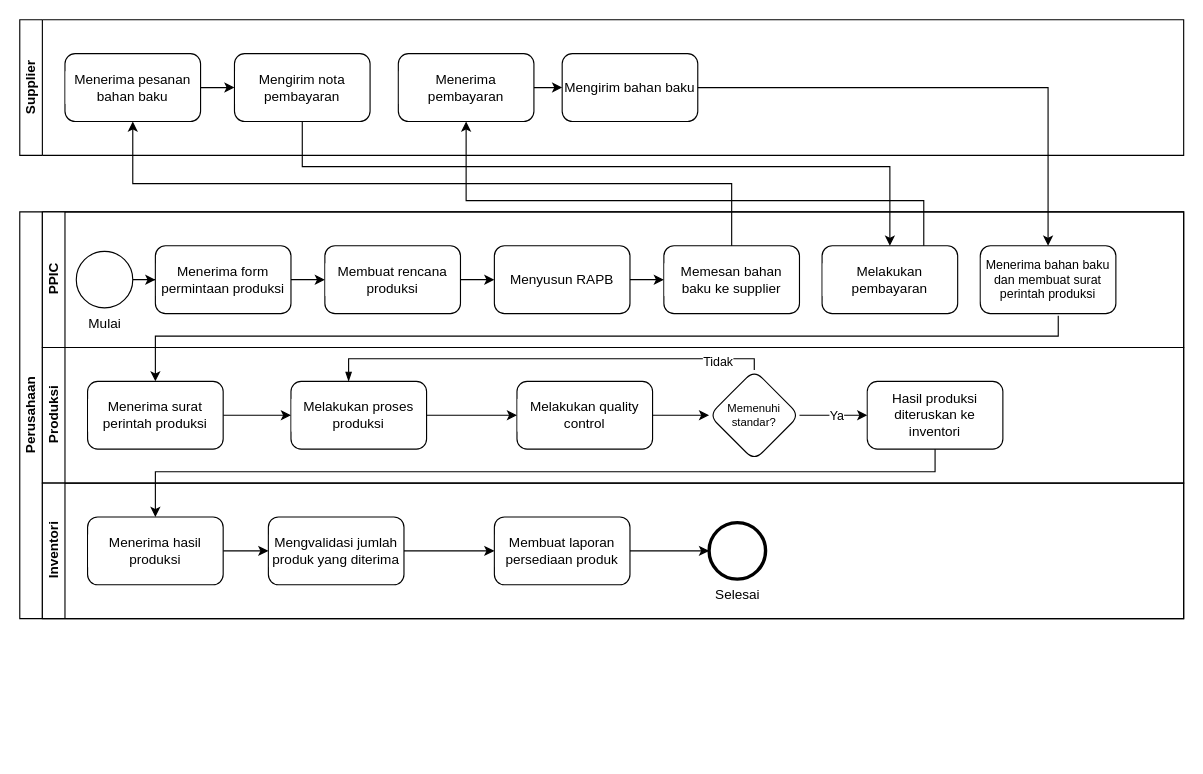
This is as is produksi.drawio from FikaBaraka/Tugas-spring-boot, a draw.io file, before an edit. Source tidied: cells renumbered, new cells numbered last; positions are measured from the earlier drawing's top-left corner, leaving out a move shared by most shapes. Both pictures are drawn from the tidied source at 113%, with x=0, y=0 at pixel (19, 19).
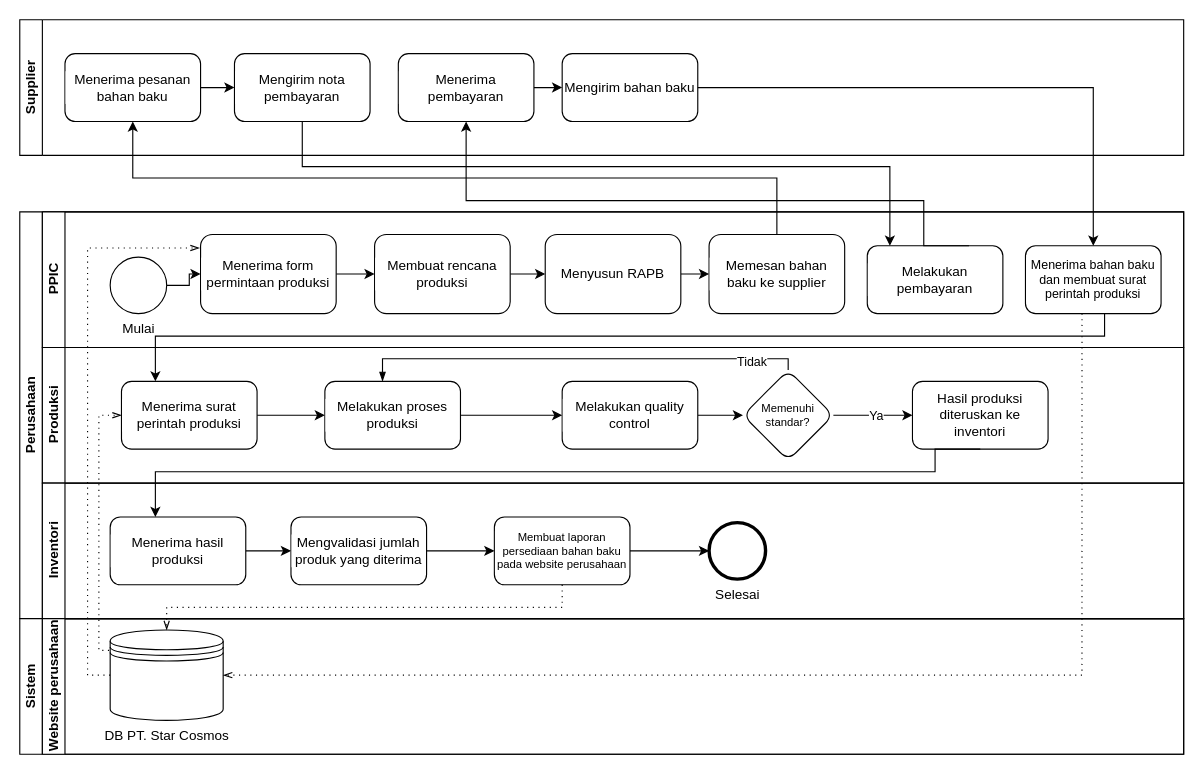
Above is the later version.

Unchanged cells that the change refers to:
```xml
<mxCell id="2" value="Perusahaan" style="swimlane;html=1;horizontal=0;startSize=20;whiteSpace=wrap;" parent="1" vertex="1">
  <mxGeometry y="170" width="1030" height="360" as="geometry" />
</mxCell>
<mxCell id="3" value="PPIC" style="swimlane;html=1;startSize=20;horizontal=0;" parent="2" vertex="1">
  <mxGeometry x="20" width="1010" height="120" as="geometry" />
</mxCell>
<mxCell id="15" value="Produksi" style="swimlane;html=1;startSize=20;horizontal=0;" parent="2" vertex="1">
  <mxGeometry x="20" y="120" width="1010" height="120" as="geometry" />
</mxCell>
<mxCell id="28" value="Inventori" style="swimlane;html=1;startSize=20;horizontal=0;" parent="2" vertex="1">
  <mxGeometry x="20" y="240" width="1010" height="120" as="geometry" />
</mxCell>
<mxCell id="35" value="Selesai" style="points=[[0.145,0.145,0],[0.5,0,0],[0.855,0.145,0],[1,0.5,0],[0.855,0.855,0],[0.5,1,0],[0.145,0.855,0],[0,0.5,0]];shape=mxgraph.bpmn.event;html=1;verticalLabelPosition=bottom;labelBackgroundColor=#ffffff;verticalAlign=top;align=center;perimeter=ellipsePerimeter;outlineConnect=0;outline=end;symbol=terminate2;" parent="28" vertex="1">
  <mxGeometry x="590" y="35" width="50" height="50" as="geometry" />
</mxCell>
```

Diff of the diagram source:
```diff
@@
     <mxCell id="5" value="Mulai" style="points=[[0.145,0.145,0],[0.5,0,0],[0.855,0.145,0],[1,0.5,0],[0.855,0.855,0],[0.5,1,0],[0.145,0.855,0],[0,0.5,0]];shape=mxgraph.bpmn.event;html=1;verticalLabelPosition=bottom;labelBackgroundColor=#ffffff;verticalAlign=top;align=center;perimeter=ellipsePerimeter;outlineConnect=0;outline=standard;symbol=general;" parent="3" vertex="1">
-      <mxGeometry x="30" y="35" width="50" height="50" as="geometry" />
+      <mxGeometry x="60" y="40" width="50" height="50" as="geometry" />
     </mxCell>
@@
     <mxCell id="7" value="Menerima form permintaan produksi" style="rounded=1;whiteSpace=wrap;html=1;verticalAlign=middle;labelBackgroundColor=#ffffff;labelPosition=center;verticalLabelPosition=middle;align=center;" parent="3" vertex="1">
-      <mxGeometry x="100" y="30" width="120" height="60" as="geometry" />
+      <mxGeometry x="140" y="20" width="120" height="70" as="geometry" />
     </mxCell>
@@
     <mxCell id="9" value="Membuat rencana produksi" style="rounded=1;whiteSpace=wrap;html=1;labelBackgroundColor=#ffffff;" parent="3" vertex="1">
-      <mxGeometry x="250" y="30" width="120" height="60" as="geometry" />
+      <mxGeometry x="294" y="20" width="120" height="70" as="geometry" />
     </mxCell>
@@
     <mxCell id="11" value="Menyusun RAPB" style="rounded=1;whiteSpace=wrap;html=1;labelBackgroundColor=#ffffff;" parent="3" vertex="1">
-      <mxGeometry x="400" y="30" width="120" height="60" as="geometry" />
+      <mxGeometry x="445" y="20" width="120" height="70" as="geometry" />
     </mxCell>
     <mxCell id="12" value="Memesan bahan baku ke supplier" style="rounded=1;whiteSpace=wrap;html=1;labelBackgroundColor=#ffffff;" parent="3" vertex="1">
-      <mxGeometry x="550" y="30" width="120" height="60" as="geometry" />
+      <mxGeometry x="590" y="20" width="120" height="70" as="geometry" />
     </mxCell>
     <mxCell id="13" value="Melakukan pembayaran" style="rounded=1;whiteSpace=wrap;html=1;labelBackgroundColor=#ffffff;" parent="3" vertex="1">
-      <mxGeometry x="690" y="30" width="120" height="60" as="geometry" />
+      <mxGeometry x="730" y="30" width="120" height="60" as="geometry" />
     </mxCell>
     <mxCell id="14" value="Menerima bahan baku dan membuat surat perintah produksi" style="rounded=1;whiteSpace=wrap;html=1;labelBackgroundColor=#ffffff;fontSize=11;" parent="3" vertex="1">
-      <mxGeometry x="830" y="30" width="120" height="60" as="geometry" />
+      <mxGeometry x="870" y="30" width="120" height="60" as="geometry" />
     </mxCell>
@@
     <mxCell id="17" value="Menerima surat perintah produksi" style="rounded=1;whiteSpace=wrap;html=1;labelBackgroundColor=#ffffff;" parent="15" vertex="1">
-      <mxGeometry x="40" y="30" width="120" height="60" as="geometry" />
+      <mxGeometry x="70" y="30" width="120" height="60" as="geometry" />
     </mxCell>
@@
     <mxCell id="19" value="Melakukan proses produksi" style="rounded=1;whiteSpace=wrap;html=1;labelBackgroundColor=#ffffff;" parent="15" vertex="1">
-      <mxGeometry x="220" y="30" width="120" height="60" as="geometry" />
+      <mxGeometry x="250" y="30" width="120" height="60" as="geometry" />
     </mxCell>
@@
     <mxCell id="21" value="Melakukan quality control" style="rounded=1;whiteSpace=wrap;html=1;labelBackgroundColor=#ffffff;" parent="15" vertex="1">
-      <mxGeometry x="420" y="30" width="120" height="60" as="geometry" />
+      <mxGeometry x="460" y="30" width="120" height="60" as="geometry" />
     </mxCell>
@@
     <mxCell id="24" value="Memenuhi &lt;br style=&quot;font-size: 10px;&quot;&gt;standar?" style="rhombus;whiteSpace=wrap;html=1;rounded=1;labelBackgroundColor=#ffffff;fontSize=10;" parent="15" vertex="1">
-      <mxGeometry x="590" y="20" width="80" height="80" as="geometry" />
+      <mxGeometry x="620" y="20" width="80" height="80" as="geometry" />
     </mxCell>
     <mxCell id="25" value="Hasil produksi diteruskan ke inventori" style="rounded=1;whiteSpace=wrap;html=1;fontSize=12;labelBackgroundColor=#ffffff;" parent="15" vertex="1">
-      <mxGeometry x="730" y="30" width="120" height="60" as="geometry" />
+      <mxGeometry x="770" y="30" width="120" height="60" as="geometry" />
     </mxCell>
@@
     <mxCell id="30" value="Menerima hasil produksi" style="rounded=1;whiteSpace=wrap;html=1;labelBackgroundColor=#ffffff;" parent="28" vertex="1">
-      <mxGeometry x="40" y="30" width="120" height="60" as="geometry" />
+      <mxGeometry x="60" y="30" width="120" height="60" as="geometry" />
     </mxCell>
-    <mxCell id="31" style="edgeStyle=orthogonalEdgeStyle;rounded=0;jettySize=auto;html=1;" parent="28" edge="1" source="32" target="34">
-      <mxGeometry relative="1" as="geometry" />
-    </mxCell>
+    <mxCell id="49" style="edgeStyle=orthogonalEdgeStyle;rounded=0;jettySize=auto;html=1;" parent="28" edge="1" source="32" target="51">
+      <mxGeometry relative="1" as="geometry" />
+    </mxCell>
     <mxCell id="32" value="Mengvalidasi jumlah produk yang diterima" style="rounded=1;whiteSpace=wrap;html=1;labelBackgroundColor=#ffffff;" parent="28" vertex="1">
-      <mxGeometry x="200" y="30" width="120" height="60" as="geometry" />
+      <mxGeometry x="220" y="30" width="120" height="60" as="geometry" />
     </mxCell>
-    <mxCell id="33" style="edgeStyle=orthogonalEdgeStyle;rounded=0;jettySize=auto;html=1;" parent="28" edge="1" source="34" target="35">
-      <mxGeometry relative="1" as="geometry" />
-    </mxCell>
-    <mxCell id="34" value="Membuat laporan persediaan produk" style="rounded=1;whiteSpace=wrap;html=1;labelBackgroundColor=#ffffff;" parent="28" vertex="1">
-      <mxGeometry x="400" y="30" width="120" height="60" as="geometry" />
-    </mxCell>
+    <mxCell id="50" style="edgeStyle=orthogonalEdgeStyle;rounded=0;jettySize=auto;html=1;" parent="28" edge="1" source="51" target="35">
+      <mxGeometry relative="1" as="geometry" />
+    </mxCell>
+    <mxCell id="51" value="Membuat laporan persediaan bahan baku pada website perusahaan" style="rounded=1;whiteSpace=wrap;html=1;labelBackgroundColor=#ffffff;fontSize=10;" parent="28" vertex="1">
+      <mxGeometry x="400" y="30" width="120" height="60" as="geometry" />
+    </mxCell>
@@
-    <mxCell id="36" style="edgeStyle=orthogonalEdgeStyle;rounded=0;jettySize=auto;html=1;exitX=0.575;exitY=1.033;exitDx=0;exitDy=0;exitPerimeter=0;" parent="2" edge="1" source="14" target="17">
+    <mxCell id="36" style="edgeStyle=orthogonalEdgeStyle;rounded=0;jettySize=auto;html=1;" parent="2" edge="1" target="17">
       <mxGeometry relative="1" as="geometry">
+        <mxPoint x="960" y="90" as="sourcePoint" />
         <Array as="points">
-          <mxPoint x="919" y="110" />
+          <mxPoint x="960" y="110" />
           <mxPoint x="120" y="110" />
         </Array>
       </mxGeometry>
     </mxCell>
@@
+    <mxCell id="52" value="Sistem" style="swimlane;html=1;horizontal=0;startSize=20;whiteSpace=wrap;" parent="1" vertex="1">
+      <mxGeometry y="530" width="1030" height="120" as="geometry" />
+    </mxCell>
+    <mxCell id="53" value="Website perusahaan" style="swimlane;html=1;startSize=20;horizontal=0;" parent="52" vertex="1">
+      <mxGeometry x="20" width="1010" height="120" as="geometry" />
+    </mxCell>
+    <mxCell id="54" value="DB PT. Star Cosmos" style="shape=datastore;html=1;labelPosition=center;verticalLabelPosition=bottom;align=center;verticalAlign=top;" parent="53" vertex="1">
+      <mxGeometry x="60" y="10" width="100" height="80" as="geometry" />
+    </mxCell>
+    <mxCell id="55" style="edgeStyle=elbowEdgeStyle;fontSize=12;html=1;endFill=0;startFill=0;endSize=6;startSize=6;dashed=1;dashPattern=1 4;endArrow=openThin;startArrow=none;rounded=0;exitX=0;exitY=0.5;exitDx=0;exitDy=0;elbow=vertical;entryX=-0.008;entryY=0.171;entryDx=0;entryDy=0;entryPerimeter=0;" parent="1" edge="1" source="54" target="7">
+      <mxGeometry relative="1" as="geometry">
+        <Array as="points">
+          <mxPoint x="60" y="390" />
+        </Array>
+      </mxGeometry>
+    </mxCell>
+    <mxCell id="56" style="edgeStyle=elbowEdgeStyle;fontSize=12;html=1;endFill=0;startFill=0;endSize=6;startSize=6;dashed=1;dashPattern=1 4;endArrow=openThin;startArrow=none;rounded=0;exitX=0.5;exitY=1;exitDx=0;exitDy=0;entryX=0.5;entryY=0;entryDx=0;entryDy=0;elbow=vertical;" parent="1" edge="1" source="51" target="54">
+      <mxGeometry relative="1" as="geometry" />
+    </mxCell>
+    <mxCell id="57" style="edgeStyle=elbowEdgeStyle;fontSize=12;html=1;endFill=0;startFill=0;endSize=6;startSize=6;dashed=1;dashPattern=1 4;endArrow=openThin;startArrow=none;rounded=0;exitX=0.417;exitY=1;exitDx=0;exitDy=0;exitPerimeter=0;entryX=1;entryY=0.5;entryDx=0;entryDy=0;" parent="1" edge="1" source="14" target="54">
+      <mxGeometry relative="1" as="geometry">
+        <Array as="points">
+          <mxPoint x="940" y="420" />
+        </Array>
+      </mxGeometry>
+    </mxCell>
+    <mxCell id="58" style="edgeStyle=elbowEdgeStyle;fontSize=12;html=1;endFill=0;startFill=0;endSize=6;startSize=6;dashed=1;dashPattern=1 4;endArrow=openThin;startArrow=none;rounded=0;exitX=-0.01;exitY=0.225;exitDx=0;exitDy=0;exitPerimeter=0;entryX=0;entryY=0.5;entryDx=0;entryDy=0;" parent="1" edge="1" source="54" target="17">
+      <mxGeometry relative="1" as="geometry">
+        <Array as="points">
+          <mxPoint x="70" y="460" />
+        </Array>
+      </mxGeometry>
+    </mxCell>
```
